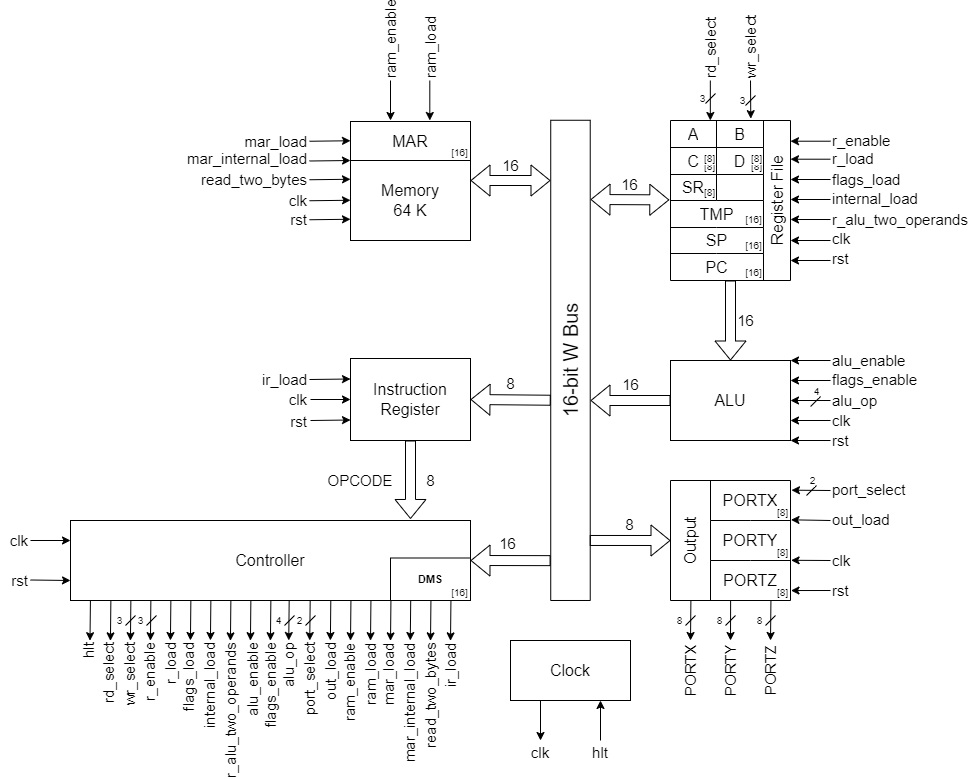
Above: design-assets/block-diagram.png in omarelshopky/SAP_based_Microprocessor_Design (draw.io), before the change. Source tidied: cells renumbered, new cells last; positions are measured from the earlier drawing's top-left corner, leaving out a move shared by most shapes.
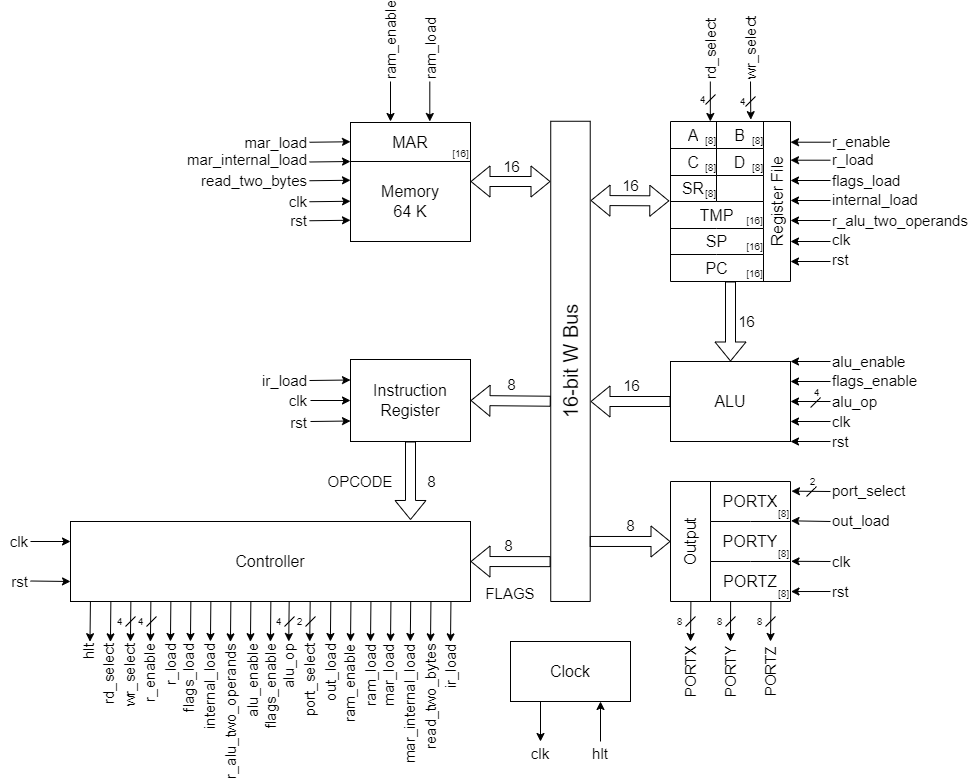
After the commit.

What changed in the source:
```diff
@@ -140,13 +140,10 @@
         <mxPoint x="730" y="224" as="sourcePoint" />
       </mxGeometry>
     </mxCell>
-    <mxCell id="43" value="&lt;b&gt;DMS&lt;/b&gt;" style="rounded=0;whiteSpace=wrap;html=1;fontFamily=Helvetica;fontSize=11;fontColor=default;" parent="1" vertex="1">
-      <mxGeometry x="390" y="501.5" width="80" height="42.5" as="geometry" />
-    </mxCell>
     <mxCell id="44" style="shape=flexArrow;endArrow=none;startArrow=classic;html=1;rounded=0;labelBackgroundColor=default;strokeColor=default;fontFamily=Helvetica;fontSize=11;fontColor=default;entryX=0.083;entryY=-0.004;entryDx=0;entryDy=0;entryPerimeter=0;exitX=1;exitY=0.5;exitDx=0;exitDy=0;endFill=0;" parent="1" edge="1" source="27" target="22">
       <mxGeometry relative="1" as="geometry" />
     </mxCell>
-    <mxCell id="45" value="16" style="edgeLabel;html=1;align=center;verticalAlign=middle;fontSize=15;" parent="44" vertex="1">
+    <mxCell id="45" value="8" style="edgeLabel;html=1;align=center;verticalAlign=middle;fontSize=15;" parent="44" vertex="1">
       <mxGeometry x="0.13" y="1" relative="1" as="geometry">
         <mxPoint x="-8" y="-16" as="offset" />
       </mxGeometry>
@@ -172,9 +169,6 @@
     <mxCell id="52" style="endArrow=classic;html=1;rounded=0;exitX=0.501;exitY=1.002;exitDx=0;exitDy=0;exitPerimeter=0;entryX=0.5;entryY=0;entryDx=0;entryDy=0;" parent="1" edge="1" source="38" target="57">
       <mxGeometry relative="1" as="geometry" />
     </mxCell>
-    <mxCell id="53" value="[16]" style="edgeLabel;html=1;align=center;verticalAlign=middle;fontSize=10;" parent="1" vertex="1">
-      <mxGeometry x="459" y="535.5" as="geometry" />
-    </mxCell>
     <mxCell id="54" style="endArrow=classic;html=1;rounded=0;exitX=0.17;exitY=1.004;exitDx=0;exitDy=0;exitPerimeter=0;entryX=0.5;entryY=0;entryDx=0;entryDy=0;" parent="1" edge="1" source="38" target="56">
       <mxGeometry relative="1" as="geometry" />
     </mxCell>
@@ -512,7 +506,7 @@
         </Array>
       </mxGeometry>
     </mxCell>
-    <mxCell id="133" value="3" style="edgeLabel;html=1;align=center;verticalAlign=middle;fontSize=10;" parent="1" vertex="1">
+    <mxCell id="133" value="4" style="edgeLabel;html=1;align=center;verticalAlign=middle;fontSize=10;" parent="1" vertex="1">
       <mxGeometry x="701" y="44" as="geometry">
         <mxPoint x="1" y="-2" as="offset" />
       </mxGeometry>
@@ -526,7 +520,7 @@
         </Array>
       </mxGeometry>
     </mxCell>
-    <mxCell id="135" value="3" style="edgeLabel;html=1;align=center;verticalAlign=middle;fontSize=10;" parent="1" vertex="1">
+    <mxCell id="135" value="4" style="edgeLabel;html=1;align=center;verticalAlign=middle;fontSize=10;" parent="1" vertex="1">
       <mxGeometry x="741" y="46" as="geometry">
         <mxPoint x="1" y="-2" as="offset" />
       </mxGeometry>
@@ -738,7 +732,7 @@
         </Array>
       </mxGeometry>
     </mxCell>
-    <mxCell id="180" value="3" style="edgeLabel;html=1;align=center;verticalAlign=middle;fontSize=10;" parent="1" vertex="1">
+    <mxCell id="180" value="4" style="edgeLabel;html=1;align=center;verticalAlign=middle;fontSize=10;" parent="1" vertex="1">
       <mxGeometry x="119" y="564" as="geometry" />
     </mxCell>
     <mxCell id="181" style="endArrow=none;html=1;rounded=0;fontSize=10;" parent="1" edge="1">
@@ -750,7 +744,7 @@
         </Array>
       </mxGeometry>
     </mxCell>
-    <mxCell id="182" value="3" style="edgeLabel;html=1;align=center;verticalAlign=middle;fontSize=10;" parent="1" vertex="1">
+    <mxCell id="182" value="4" style="edgeLabel;html=1;align=center;verticalAlign=middle;fontSize=10;" parent="1" vertex="1">
       <mxGeometry x="140" y="564" as="geometry" />
     </mxCell>
     <mxCell id="183" value="[16]" style="edgeLabel;html=1;align=center;verticalAlign=middle;fontSize=10;" parent="1" vertex="1">
@@ -775,12 +769,12 @@
       <mxGeometry x="709" y="110" as="geometry" />
     </mxCell>
     <mxCell id="190" value="[8]" style="edgeLabel;html=1;align=center;verticalAlign=middle;fontSize=10;" parent="1" vertex="1">
-      <mxGeometry x="788" y="154" as="geometry">
+      <mxGeometry x="788" y="135" as="geometry">
         <mxPoint x="-79" y="-52" as="offset" />
       </mxGeometry>
     </mxCell>
     <mxCell id="191" value="[8]" style="edgeLabel;html=1;align=center;verticalAlign=middle;fontSize=10;" parent="1" vertex="1">
-      <mxGeometry x="795" y="173" as="geometry">
+      <mxGeometry x="795" y="154" as="geometry">
         <mxPoint x="-39" y="-71" as="offset" />
       </mxGeometry>
     </mxCell>
@@ -796,5 +790,8 @@
     <mxCell id="194" value="&lt;font style=&quot;font-size: 15px;&quot;&gt;r_enable&lt;/font&gt;" style="text;html=1;strokeColor=none;fillColor=none;align=left;verticalAlign=middle;whiteSpace=wrap;rounded=0;" parent="1" vertex="1">
       <mxGeometry x="830" y="72" width="30" height="24" as="geometry" />
     </mxCell>
+    <mxCell id="195" value="&lt;font style=&quot;font-size: 15px;&quot;&gt;FLAGS&lt;/font&gt;" style="text;html=1;strokeColor=none;fillColor=none;align=center;verticalAlign=middle;whiteSpace=wrap;rounded=0;" parent="1" vertex="1">
+      <mxGeometry x="470" y="523.5" width="80" height="24" as="geometry" />
+    </mxCell>
   </root>
 </mxGraphModel>
```
